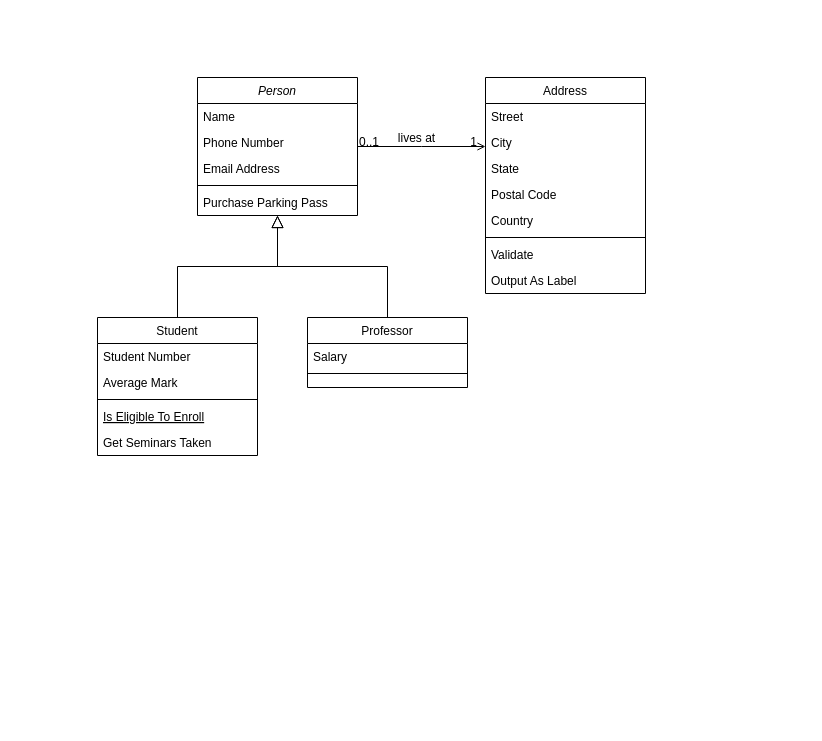
The draw.io diagram Expense Tracker/Untitled Diagram.drawio in shahriararefin/HTML---CSS, before the edit. Source tidied: cells renumbered, new cells numbered last; positions are measured from the earlier drawing's top-left corner, leaving out a move shared by most shapes. Both pictures are drawn from the tidied source at 100%, with x=0, y=0 at pixel (97, 77).
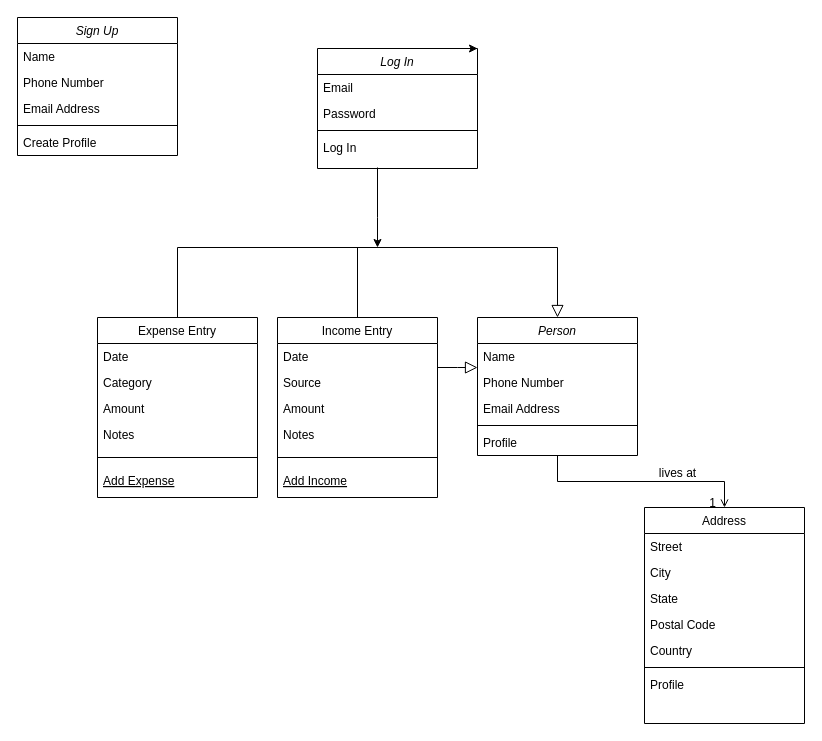
The same page after the edit.

Commit message:
Class Diagram

The change refers to these unchanged cells:
```xml
<mxCell id="28" style="endArrow=open;shadow=0;strokeWidth=1;rounded=0;endFill=1;edgeStyle=elbowEdgeStyle;elbow=vertical;" parent="1" edge="1" source="2" target="19">
  <mxGeometry x="0.5" y="41" relative="1" as="geometry">
    <mxPoint x="-40" y="32" as="offset" />
  </mxGeometry>
</mxCell>
```

What changed in the source:
```diff
@@
     <mxCell id="2" value="Person" style="swimlane;fontStyle=2;align=center;verticalAlign=top;horizontal=1;startSize=26;rounded=0;shadow=0;strokeWidth=1;" parent="1" vertex="1">
-      <mxGeometry x="100" width="160" height="138" as="geometry" />
+      <mxGeometry x="380" y="240" width="160" height="138" as="geometry" />
     </mxCell>
@@
-    <mxCell id="7" value="Purchase Parking Pass" style="text;align=left;verticalAlign=top;spacingLeft=4;spacingRight=4;overflow=hidden;" parent="2" vertex="1">
+    <mxCell id="7" value="Profile" style="text;align=left;verticalAlign=top;spacingLeft=4;spacingRight=4;overflow=hidden;" parent="2" vertex="1">
       <mxGeometry y="112" width="160" height="26" as="geometry" />
     </mxCell>
-    <mxCell id="8" value="Student" style="swimlane;fontStyle=0;align=center;verticalAlign=top;horizontal=1;startSize=26;rounded=0;shadow=0;strokeWidth=1;" parent="1" vertex="1">
-      <mxGeometry y="240" width="160" height="138" as="geometry" />
+    <mxCell id="8" value="Expense Entry" style="swimlane;fontStyle=0;align=center;verticalAlign=top;horizontal=1;startSize=26;rounded=0;shadow=0;strokeWidth=1;" parent="1" vertex="1">
+      <mxGeometry y="240" width="160" height="180" as="geometry" />
     </mxCell>
-    <mxCell id="9" value="Student Number" style="text;align=left;verticalAlign=top;spacingLeft=4;spacingRight=4;overflow=hidden;" parent="8" vertex="1">
+    <mxCell id="9" value="Date" style="text;align=left;verticalAlign=top;spacingLeft=4;spacingRight=4;overflow=hidden;" parent="8" vertex="1">
       <mxGeometry y="26" width="160" height="26" as="geometry" />
     </mxCell>
-    <mxCell id="10" value="Average Mark" style="text;align=left;verticalAlign=top;spacingLeft=4;spacingRight=4;overflow=hidden;rounded=0;shadow=0;html=0;" parent="8" vertex="1">
+    <mxCell id="10" value="Category&#10;" style="text;align=left;verticalAlign=top;spacingLeft=4;spacingRight=4;overflow=hidden;rounded=0;shadow=0;html=0;" parent="8" vertex="1">
       <mxGeometry y="52" width="160" height="26" as="geometry" />
     </mxCell>
+    <mxCell id="32" value="Amount" style="text;align=left;verticalAlign=top;spacingLeft=4;spacingRight=4;overflow=hidden;" parent="8" vertex="1">
+      <mxGeometry y="78" width="160" height="26" as="geometry" />
+    </mxCell>
+    <mxCell id="33" value="Notes" style="text;align=left;verticalAlign=top;spacingLeft=4;spacingRight=4;overflow=hidden;" parent="8" vertex="1">
+      <mxGeometry y="104" width="160" height="26" as="geometry" />
+    </mxCell>
     <mxCell id="11" style="line;html=1;strokeWidth=1;align=left;verticalAlign=middle;spacingTop=-1;spacingLeft=3;spacingRight=3;labelPosition=right;" parent="8" vertex="1">
-      <mxGeometry y="78" width="160" height="8" as="geometry" />
+      <mxGeometry y="130" width="160" height="20" as="geometry" />
     </mxCell>
-    <mxCell id="12" value="Is Eligible To Enroll" style="text;align=left;verticalAlign=top;spacingLeft=4;spacingRight=4;overflow=hidden;fontStyle=4;" parent="8" vertex="1">
-      <mxGeometry y="86" width="160" height="26" as="geometry" />
+    <mxCell id="12" value="Add Expense" style="text;align=left;verticalAlign=top;spacingLeft=4;spacingRight=4;overflow=hidden;fontStyle=4;" parent="8" vertex="1">
+      <mxGeometry y="150" width="160" height="22" as="geometry" />
     </mxCell>
-    <mxCell id="13" value="Get Seminars Taken" style="text;align=left;verticalAlign=top;spacingLeft=4;spacingRight=4;overflow=hidden;" parent="8" vertex="1">
-      <mxGeometry y="112" width="160" height="26" as="geometry" />
-    </mxCell>
     <mxCell id="14" style="endArrow=block;endSize=10;endFill=0;shadow=0;strokeWidth=1;rounded=0;edgeStyle=elbowEdgeStyle;elbow=vertical;" parent="1" edge="1" source="8" target="2">
-      <mxGeometry relative="1" as="geometry" />
+      <mxGeometry relative="1" as="geometry">
+        <Array as="points">
+          <mxPoint x="270" y="170" />
+        </Array>
+      </mxGeometry>
     </mxCell>
-    <mxCell id="15" value="Professor" style="swimlane;fontStyle=0;align=center;verticalAlign=top;horizontal=1;startSize=26;rounded=0;shadow=0;strokeWidth=1;" parent="1" vertex="1">
-      <mxGeometry x="210" y="240" width="160" height="70" as="geometry" />
-    </mxCell>
-    <mxCell id="16" value="Salary" style="text;align=left;verticalAlign=top;spacingLeft=4;spacingRight=4;overflow=hidden;" parent="15" vertex="1">
-      <mxGeometry y="26" width="160" height="26" as="geometry" />
-    </mxCell>
-    <mxCell id="17" style="line;html=1;strokeWidth=1;align=left;verticalAlign=middle;spacingTop=-1;spacingLeft=3;spacingRight=3;labelPosition=right;" parent="15" vertex="1">
-      <mxGeometry y="52" width="160" height="8" as="geometry" />
-    </mxCell>
-    <mxCell id="18" style="endArrow=block;endSize=10;endFill=0;shadow=0;strokeWidth=1;rounded=0;edgeStyle=elbowEdgeStyle;elbow=vertical;" parent="1" edge="1" source="15" target="2">
-      <mxGeometry relative="1" as="geometry" />
+    <mxCell id="18" style="endArrow=block;endSize=10;endFill=0;shadow=0;strokeWidth=1;rounded=0;edgeStyle=elbowEdgeStyle;elbow=vertical;" parent="1" edge="1" target="2">
+      <mxGeometry relative="1" as="geometry">
+        <mxPoint x="340" y="290" as="sourcePoint" />
+      </mxGeometry>
     </mxCell>
     <mxCell id="19" value="Address" style="swimlane;fontStyle=0;align=center;verticalAlign=top;horizontal=1;startSize=26;rounded=0;shadow=0;strokeWidth=1;" parent="1" vertex="1">
-      <mxGeometry x="388" width="160" height="216" as="geometry" />
+      <mxGeometry x="547" y="430" width="160" height="216" as="geometry" />
     </mxCell>
@@
-    <mxCell id="26" value="Validate" style="text;align=left;verticalAlign=top;spacingLeft=4;spacingRight=4;overflow=hidden;" parent="19" vertex="1">
-      <mxGeometry y="164" width="160" height="26" as="geometry" />
-    </mxCell>
-    <mxCell id="27" value="Output As Label" style="text;align=left;verticalAlign=top;spacingLeft=4;spacingRight=4;overflow=hidden;" parent="19" vertex="1">
-      <mxGeometry y="190" width="160" height="26" as="geometry" />
-    </mxCell>
+    <mxCell id="34" value="Profile" style="text;align=left;verticalAlign=top;spacingLeft=4;spacingRight=4;overflow=hidden;rounded=0;shadow=0;html=0;" parent="19" vertex="1">
+      <mxGeometry y="164" width="160" height="26" as="geometry" />
+    </mxCell>
@@
-    <mxCell id="29" value="0..1" style="align=left;verticalAlign=bottom;labelBackgroundColor=none;fontSize=12;" parent="28" vertex="1">
-      <mxGeometry x="-1" relative="1" as="geometry">
-        <mxPoint y="4" as="offset" />
-      </mxGeometry>
-    </mxCell>
@@
     <mxCell id="31" value="lives at" style="text;html=1;align=center;verticalAlign=middle;labelBackgroundColor=none;rounded=0;shadow=0;strokeWidth=1;fontSize=12;" parent="28" vertex="1">
       <mxGeometry x="0.5" y="49" relative="1" as="geometry">
-        <mxPoint x="-38" y="40" as="offset" />
+        <mxPoint x="-19" y="40" as="offset" />
       </mxGeometry>
     </mxCell>
+    <mxCell id="35" style="edgeStyle=none;rounded=0;orthogonalLoop=1;jettySize=auto;html=1;" parent="1" edge="1">
+      <mxGeometry relative="1" as="geometry">
+        <mxPoint x="280" y="90" as="sourcePoint" />
+        <mxPoint x="280" y="170" as="targetPoint" />
+        <Array as="points">
+          <mxPoint x="280" y="140" />
+        </Array>
+      </mxGeometry>
+    </mxCell>
+    <mxCell id="36" value="Log In" style="swimlane;fontStyle=2;align=center;verticalAlign=top;horizontal=1;startSize=26;rounded=0;shadow=0;strokeWidth=1;" parent="1" vertex="1">
+      <mxGeometry x="220" y="-29" width="160" height="120" as="geometry" />
+    </mxCell>
+    <mxCell id="37" value="Email" style="text;align=left;verticalAlign=top;spacingLeft=4;spacingRight=4;overflow=hidden;" parent="36" vertex="1">
+      <mxGeometry y="26" width="160" height="26" as="geometry" />
+    </mxCell>
+    <mxCell id="38" value="Password" style="text;align=left;verticalAlign=top;spacingLeft=4;spacingRight=4;overflow=hidden;rounded=0;shadow=0;html=0;" parent="36" vertex="1">
+      <mxGeometry y="52" width="160" height="26" as="geometry" />
+    </mxCell>
+    <mxCell id="39" style="line;html=1;strokeWidth=1;align=left;verticalAlign=middle;spacingTop=-1;spacingLeft=3;spacingRight=3;labelPosition=right;" parent="36" vertex="1">
+      <mxGeometry y="78" width="160" height="8" as="geometry" />
+    </mxCell>
+    <mxCell id="40" value="Log In" style="text;align=left;verticalAlign=top;spacingLeft=4;spacingRight=4;overflow=hidden;" parent="36" vertex="1">
+      <mxGeometry y="86" width="160" height="26" as="geometry" />
+    </mxCell>
+    <mxCell id="41" value="Sign Up" style="swimlane;fontStyle=2;align=center;verticalAlign=top;horizontal=1;startSize=26;rounded=0;shadow=0;strokeWidth=1;" parent="1" vertex="1">
+      <mxGeometry x="-80" y="-60" width="160" height="138" as="geometry" />
+    </mxCell>
+    <mxCell id="42" value="Name" style="text;align=left;verticalAlign=top;spacingLeft=4;spacingRight=4;overflow=hidden;" parent="41" vertex="1">
+      <mxGeometry y="26" width="160" height="26" as="geometry" />
+    </mxCell>
+    <mxCell id="43" value="Phone Number" style="text;align=left;verticalAlign=top;spacingLeft=4;spacingRight=4;overflow=hidden;rounded=0;shadow=0;html=0;" parent="41" vertex="1">
+      <mxGeometry y="52" width="160" height="26" as="geometry" />
+    </mxCell>
+    <mxCell id="44" value="Email Address" style="text;align=left;verticalAlign=top;spacingLeft=4;spacingRight=4;overflow=hidden;rounded=0;shadow=0;html=0;" parent="41" vertex="1">
+      <mxGeometry y="78" width="160" height="26" as="geometry" />
+    </mxCell>
+    <mxCell id="45" style="line;html=1;strokeWidth=1;align=left;verticalAlign=middle;spacingTop=-1;spacingLeft=3;spacingRight=3;labelPosition=right;" parent="41" vertex="1">
+      <mxGeometry y="104" width="160" height="8" as="geometry" />
+    </mxCell>
+    <mxCell id="46" value="Create Profile" style="text;align=left;verticalAlign=top;spacingLeft=4;spacingRight=4;overflow=hidden;" parent="41" vertex="1">
+      <mxGeometry y="112" width="160" height="26" as="geometry" />
+    </mxCell>
+    <mxCell id="47" style="endArrow=none;html=1;rounded=0;exitX=0.5;exitY=0;exitDx=0;exitDy=0;" parent="1" edge="1">
+      <mxGeometry relative="1" as="geometry">
+        <mxPoint x="260" y="240" as="sourcePoint" />
+        <mxPoint x="260" y="170" as="targetPoint" />
+      </mxGeometry>
+    </mxCell>
+    <mxCell id="48" value="Income Entry" style="swimlane;fontStyle=0;align=center;verticalAlign=top;horizontal=1;startSize=26;rounded=0;shadow=0;strokeWidth=1;" parent="1" vertex="1">
+      <mxGeometry x="180" y="240" width="160" height="180" as="geometry" />
+    </mxCell>
+    <mxCell id="49" value="Date" style="text;align=left;verticalAlign=top;spacingLeft=4;spacingRight=4;overflow=hidden;" parent="48" vertex="1">
+      <mxGeometry y="26" width="160" height="26" as="geometry" />
+    </mxCell>
+    <mxCell id="50" value="Source" style="text;align=left;verticalAlign=top;spacingLeft=4;spacingRight=4;overflow=hidden;rounded=0;shadow=0;html=0;" parent="48" vertex="1">
+      <mxGeometry y="52" width="160" height="26" as="geometry" />
+    </mxCell>
+    <mxCell id="51" value="Amount" style="text;align=left;verticalAlign=top;spacingLeft=4;spacingRight=4;overflow=hidden;" parent="48" vertex="1">
+      <mxGeometry y="78" width="160" height="26" as="geometry" />
+    </mxCell>
+    <mxCell id="52" value="Notes" style="text;align=left;verticalAlign=top;spacingLeft=4;spacingRight=4;overflow=hidden;" parent="48" vertex="1">
+      <mxGeometry y="104" width="160" height="26" as="geometry" />
+    </mxCell>
+    <mxCell id="53" style="line;html=1;strokeWidth=1;align=left;verticalAlign=middle;spacingTop=-1;spacingLeft=3;spacingRight=3;labelPosition=right;" parent="48" vertex="1">
+      <mxGeometry y="130" width="160" height="20" as="geometry" />
+    </mxCell>
+    <mxCell id="54" value="Add Income" style="text;align=left;verticalAlign=top;spacingLeft=4;spacingRight=4;overflow=hidden;fontStyle=4;" parent="48" vertex="1">
+      <mxGeometry y="150" width="160" height="22" as="geometry" />
+    </mxCell>
+    <mxCell id="55" style="edgeStyle=none;rounded=0;orthogonalLoop=1;jettySize=auto;html=1;exitX=0.5;exitY=0;exitDx=0;exitDy=0;entryX=1;entryY=0;entryDx=0;entryDy=0;" parent="1" edge="1" source="36" target="36">
+      <mxGeometry relative="1" as="geometry" />
+    </mxCell>
```
